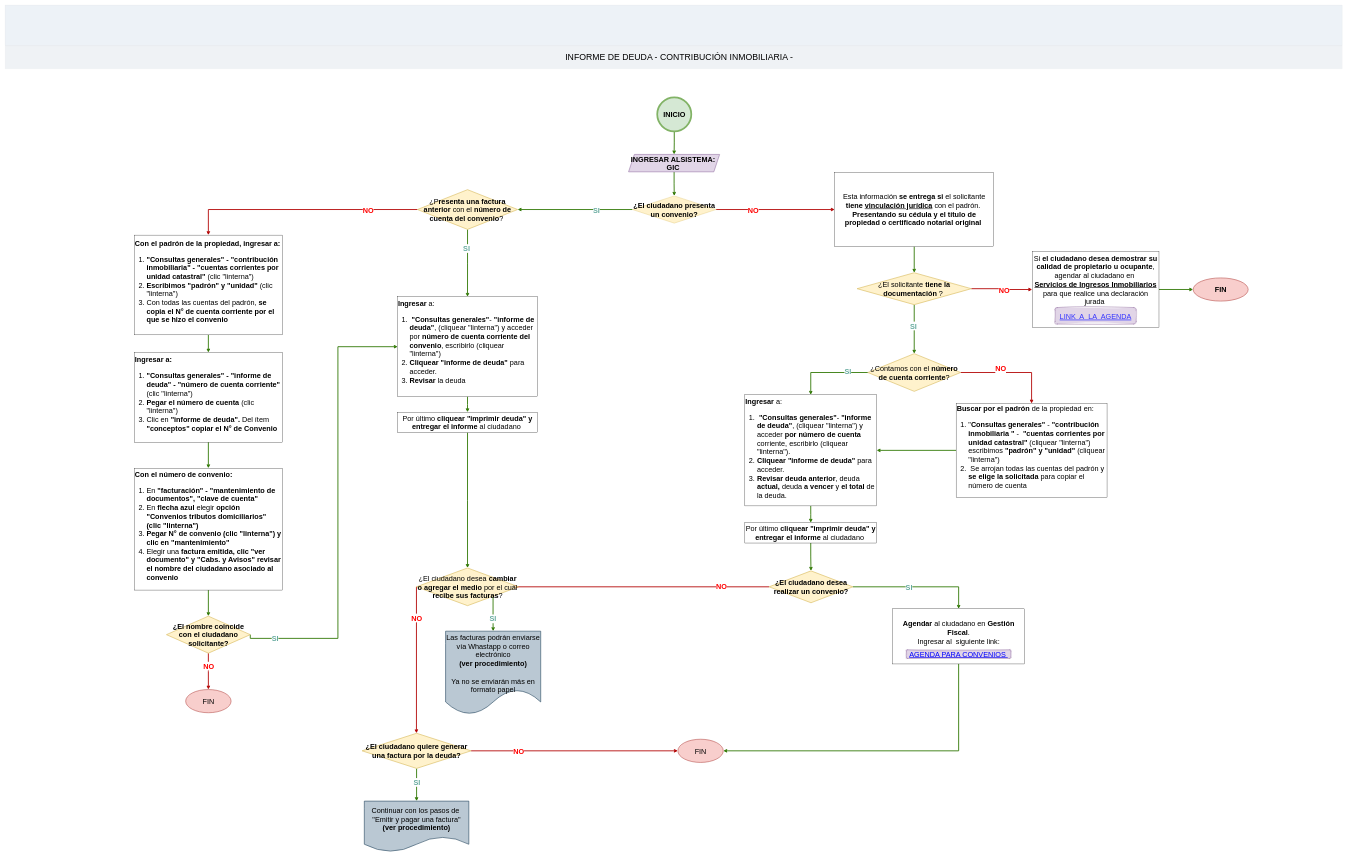
This is page "Informe de deuda" (1 of 3) of GIC_contribucion/GIC_contribucion.drawio from adlc20/Manual_de_procedimientos_ccz9, a draw.io file, before an edit. Source tidied: cells renumbered, new cells numbered last; positions are measured from the earlier drawing's top-left corner, leaving out a move shared by most shapes. Both pictures are drawn from the tidied source at 29%, with x=0, y=0 at pixel (5, 5).
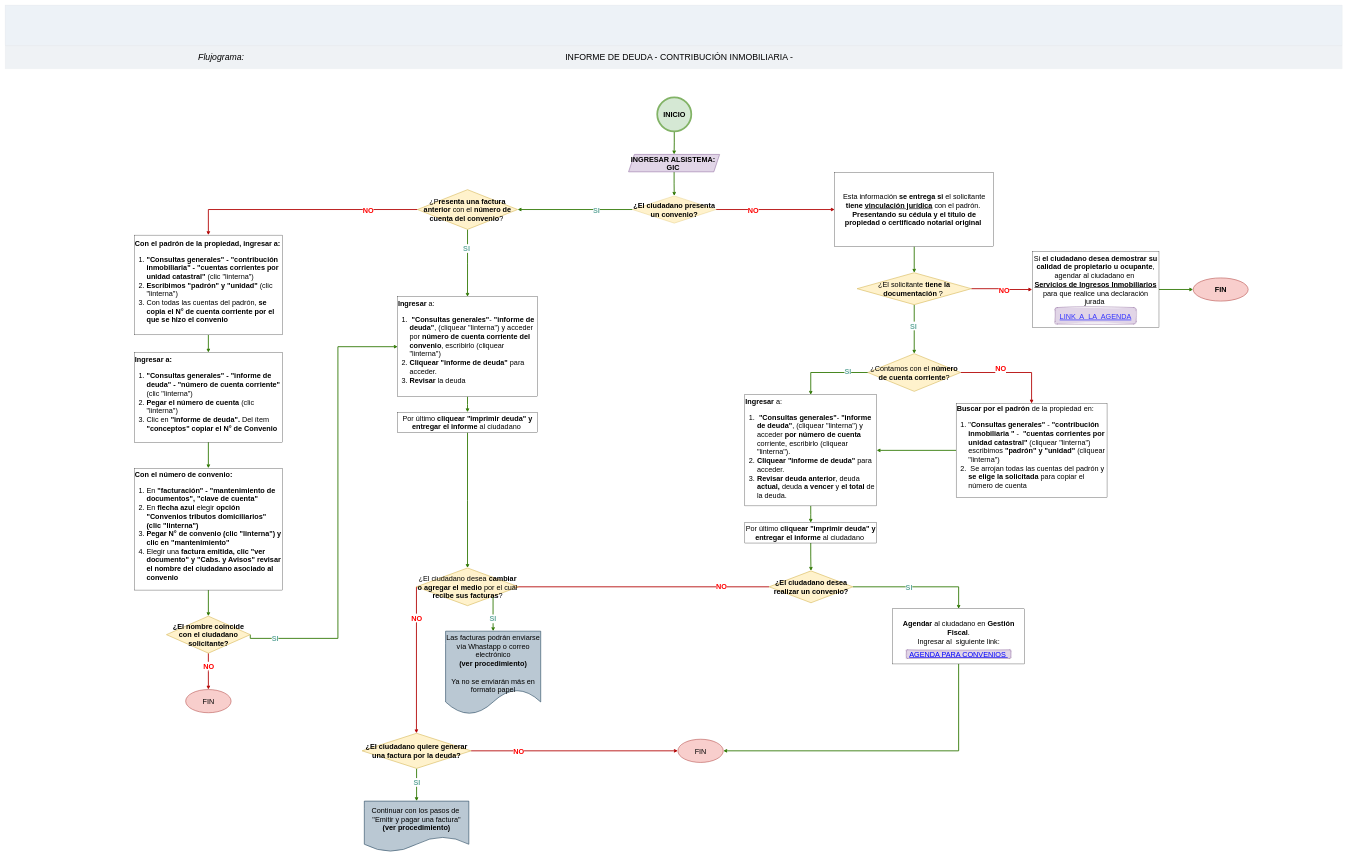
Above is the later version.

Change to the diagram source:
```diff
@@
+    <mxCell id="78" value="&lt;font style=&quot;font-size: 30px;&quot;&gt;&lt;i&gt;Flujograma:&amp;nbsp;&lt;/i&gt;&lt;/font&gt;" style="text;html=1;whiteSpace=wrap;strokeColor=none;fillColor=none;align=center;verticalAlign=middle;rounded=0;" parent="1" vertex="1">
+      <mxGeometry x="597" y="158" width="305" height="44" as="geometry" />
+    </mxCell>
```
